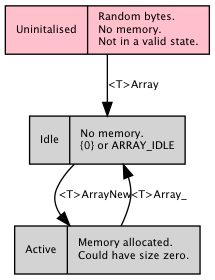
This is web/states.png from neil-edelman/boxes, a Graphviz export, as it was before one commit. Its source is kept beside it as web/states.gv.
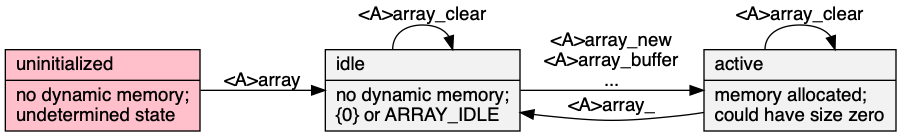
After the commit.

Change to the diagram source:
```diff
@@ -1,14 +1,13 @@
 digraph {
-	fontname = "Bitstream Vera Sans"
-	fontsize = 8
-	node [ fontname = "Bitstream Vera Sans" fontsize = 8 shape = "record" ]
-	edge [ fontname = "Bitstream Vera Sans" fontsize = 8 ]
-
-	node [ shape=record, style=filled ];
-	null [ label = "Uninitalised|Random bytes.\lNo memory.\lNot in a valid state.\l", fillcolor = pink ];
-	static [ label = "Idle|No memory.\l\{0\} or ARRAY_IDLE\l" ];
-	dynamic [ label = "Active|Memory allocated.\lCould have size zero.\l" ];
-	null -> static [ label = "<T>Array" ];
-	static -> dynamic [ label = "<T>ArrayNew\l" ];
-	dynamic -> static [ label = "<T>Array_" ];
+	graph [rankdir=LR, truecolor=true, bgcolor=transparent, fontname="Bitstream Vera Sans"];
+	node [shape=record, style=filled, fillcolor="Grey95", fontname="Bitstream Vera Sans"];
+	edge [fontname="Bitstream Vera Sans"];
+	null [label = "uninitialized\l|no dynamic memory;\lundetermined state\l", fillcolor = pink];
+	static [label = "idle\l|no dynamic memory;\l\{0\} or ARRAY_IDLE\l"];
+	dynamic [label = "active\l|memory allocated;\lcould have size zero\l"];
+	null -> static [label = "<A>array"];
+	static -> dynamic [label = "<A>array_new\n<A>array_buffer\n..."];
+	dynamic -> static [label = "<A>array_"];
+	static -> static [label = "<A>array_clear"]
+	dynamic -> dynamic [label = "<A>array_clear"]
 }
```
